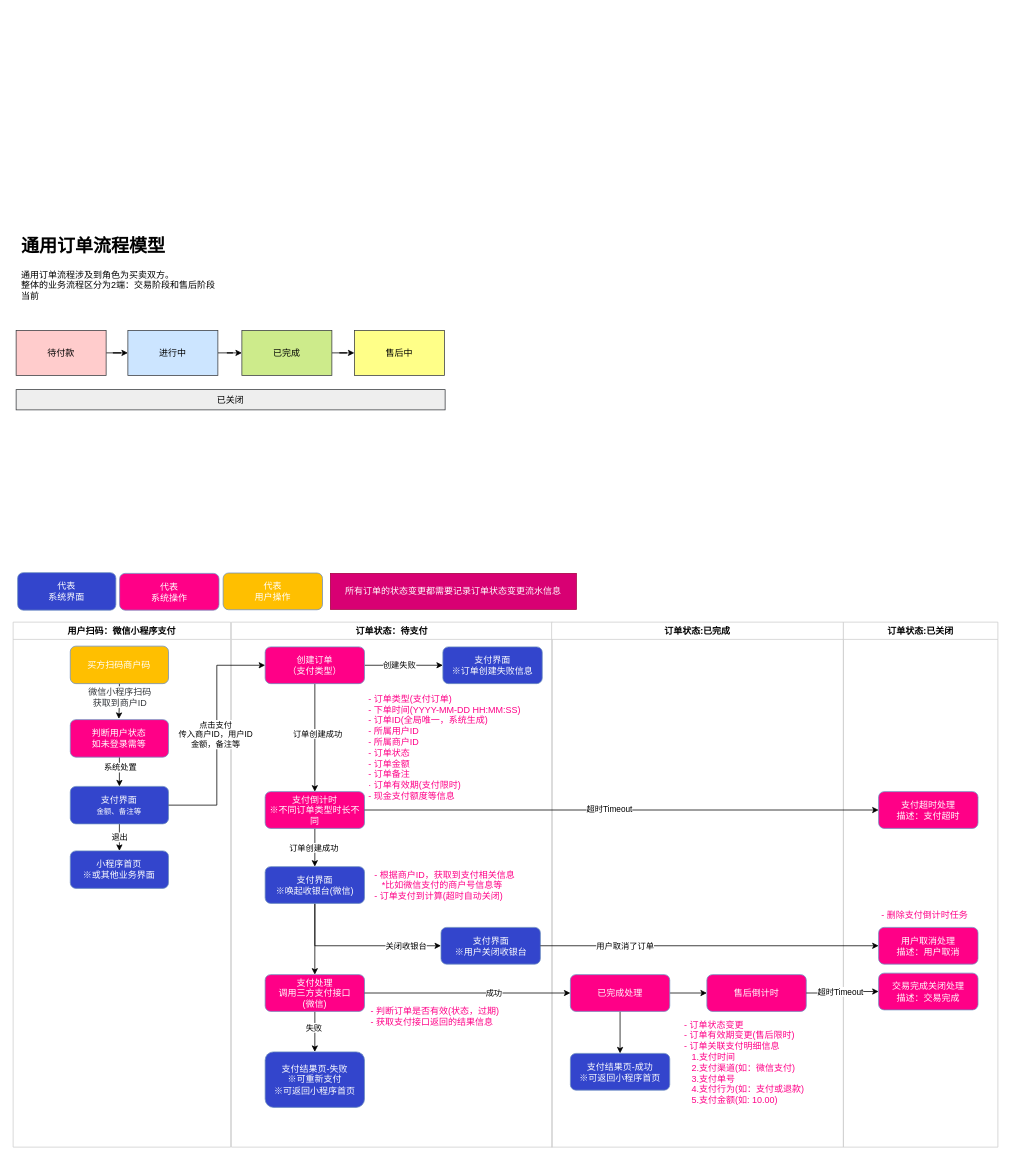
Above: 订单状态.drawio in joestarhu/drowio (draw.io), before the change. Source tidied: cells renumbered, new cells numbered last; positions are measured from the earlier drawing's top-left corner, leaving out a move shared by most shapes. Both pictures are drawn from the tidied source at 75%, with x=0, y=0 at pixel (13, 231).
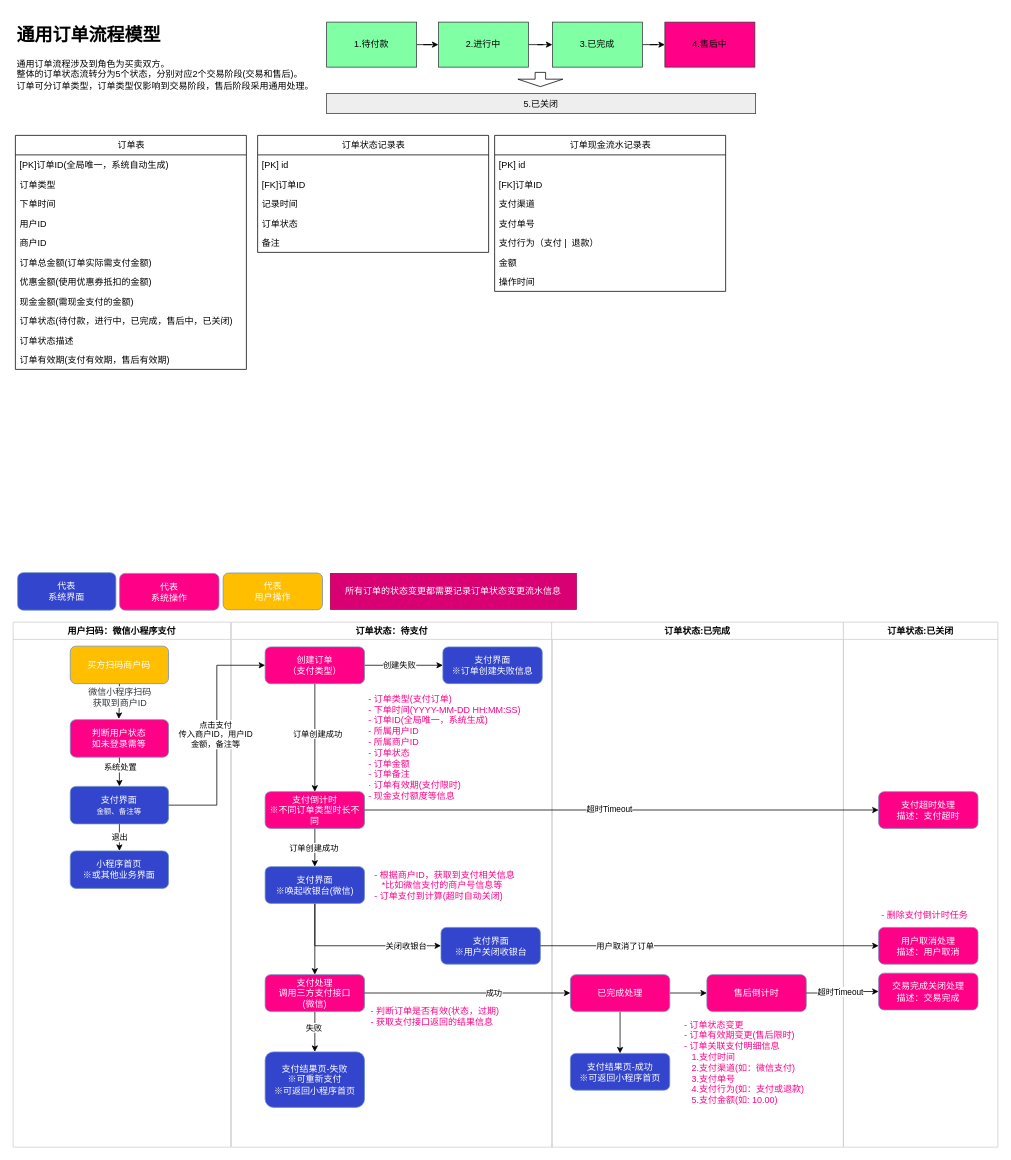
After the change.

Commit message:
更新订单状态.drawio

Diff of the diagram source:
```diff
@@
-    <mxCell id="2" value="&lt;h1&gt;通用订单流程模型&lt;/h1&gt;&lt;div&gt;通用订单流程涉及到角色为买卖双方。&lt;/div&gt;&lt;div&gt;整体的业务流程区分为2端：交易阶段和售后阶段&lt;/div&gt;&lt;div&gt;当前&lt;/div&gt;" style="text;html=1;strokeColor=none;fillColor=none;spacing=5;spacingTop=-20;whiteSpace=wrap;overflow=hidden;rounded=0;" parent="1" vertex="1">
-      <mxGeometry x="6" width="510" height="120" as="geometry" />
+    <mxCell id="2" value="&lt;h1&gt;通用订单流程模型&lt;/h1&gt;&lt;div&gt;通用订单流程涉及到角色为买卖双方。&lt;/div&gt;&lt;div&gt;整体的订单状态流转分为5个状态，分别对应2个交易阶段(交易和售后)。&lt;/div&gt;&lt;div&gt;订单可分订单类型，订单类型仅影响到交易阶段，售后阶段采用通用处理。&lt;/div&gt;" style="text;html=1;strokeColor=none;fillColor=none;spacing=5;spacingTop=-20;whiteSpace=wrap;overflow=hidden;rounded=0;" parent="1" vertex="1">
+      <mxGeometry y="-281" width="414" height="108" as="geometry" />
     </mxCell>
@@
-    <mxCell id="4" value="待付款" style="rounded=0;whiteSpace=wrap;html=1;fillColor=#ffcccc;strokeColor=#36393d;direction=east;" parent="1" vertex="1">
-      <mxGeometry x="4" y="132" width="120" height="60" as="geometry" />
+    <mxCell id="4" value="1.待付款" style="rounded=0;whiteSpace=wrap;html=1;fillColor=#80FFA5;strokeColor=#36393d;direction=east;" parent="1" vertex="1">
+      <mxGeometry x="418" y="-279" width="120" height="60" as="geometry" />
     </mxCell>
@@
-    <mxCell id="6" value="进行中" style="rounded=0;whiteSpace=wrap;html=1;fillColor=#cce5ff;strokeColor=#36393d;direction=east;" parent="1" vertex="1">
-      <mxGeometry x="153" y="132" width="120" height="60" as="geometry" />
+    <mxCell id="6" value="2.进行中" style="rounded=0;whiteSpace=wrap;html=1;fillColor=#80FFA5;strokeColor=#36393d;direction=east;" parent="1" vertex="1">
+      <mxGeometry x="567" y="-279" width="120" height="60" as="geometry" />
     </mxCell>
@@
-    <mxCell id="8" value="已完成" style="rounded=0;whiteSpace=wrap;html=1;fillColor=#cdeb8b;strokeColor=#36393d;direction=east;" parent="1" vertex="1">
-      <mxGeometry x="305" y="132" width="120" height="60" as="geometry" />
+    <mxCell id="8" value="3.已完成" style="rounded=0;whiteSpace=wrap;html=1;fillColor=#80FFA5;strokeColor=#36393d;direction=east;" parent="1" vertex="1">
+      <mxGeometry x="719" y="-279" width="120" height="60" as="geometry" />
     </mxCell>
-    <mxCell id="9" value="售后中" style="rounded=0;whiteSpace=wrap;html=1;fillColor=#ffff88;strokeColor=#36393d;direction=east;" parent="1" vertex="1">
-      <mxGeometry x="455" y="132" width="120" height="60" as="geometry" />
+    <mxCell id="9" value="4.售后中" style="rounded=0;whiteSpace=wrap;html=1;fillColor=#FF0087;strokeColor=#36393d;direction=east;" parent="1" vertex="1">
+      <mxGeometry x="869" y="-279" width="120" height="60" as="geometry" />
     </mxCell>
-    <mxCell id="10" value="已关闭" style="rounded=0;whiteSpace=wrap;html=1;fillColor=#eeeeee;strokeColor=#36393d;direction=east;" parent="1" vertex="1">
-      <mxGeometry x="4" y="211" width="572" height="27" as="geometry" />
+    <mxCell id="10" value="5.已关闭" style="rounded=0;whiteSpace=wrap;html=1;fillColor=#eeeeee;strokeColor=#36393d;direction=east;" parent="1" vertex="1">
+      <mxGeometry x="418" y="-184" width="572" height="27" as="geometry" />
     </mxCell>
@@
+    <mxCell id="70" style="shape=singleArrow;direction=south;whiteSpace=wrap;html=1;arrowWidth=0.23333333333333334;arrowSize=0.5227272727272727;" parent="1" vertex="1">
+      <mxGeometry x="673" y="-212" width="60" height="19" as="geometry" />
+    </mxCell>
+    <mxCell id="71" value="订单表" style="swimlane;fontStyle=0;horizontal=1;startSize=26;fillColor=none;html=1;" parent="1" vertex="1">
+      <mxGeometry x="3" y="-128" width="308" height="312" as="geometry" />
+    </mxCell>
+    <mxCell id="72" value="[PK]订单ID(全局唯一，系统自动生成)" style="text;strokeColor=none;fillColor=none;align=left;verticalAlign=top;spacingLeft=4;spacingRight=4;overflow=hidden;whiteSpace=wrap;html=1;" parent="71" vertex="1">
+      <mxGeometry y="26" width="308" height="26" as="geometry" />
+    </mxCell>
+    <mxCell id="73" value="订单类型" style="text;strokeColor=none;fillColor=none;align=left;verticalAlign=top;spacingLeft=4;spacingRight=4;overflow=hidden;whiteSpace=wrap;html=1;" parent="71" vertex="1">
+      <mxGeometry y="52" width="308" height="26" as="geometry" />
+    </mxCell>
+    <mxCell id="74" value="下单时间" style="text;strokeColor=none;fillColor=none;align=left;verticalAlign=top;spacingLeft=4;spacingRight=4;overflow=hidden;whiteSpace=wrap;html=1;" parent="71" vertex="1">
+      <mxGeometry y="78" width="308" height="26" as="geometry" />
+    </mxCell>
+    <mxCell id="75" value="用户ID" style="text;strokeColor=none;fillColor=none;align=left;verticalAlign=top;spacingLeft=4;spacingRight=4;overflow=hidden;whiteSpace=wrap;html=1;" parent="71" vertex="1">
+      <mxGeometry y="104" width="308" height="26" as="geometry" />
+    </mxCell>
+    <mxCell id="76" value="商户ID" style="text;strokeColor=none;fillColor=none;align=left;verticalAlign=top;spacingLeft=4;spacingRight=4;overflow=hidden;whiteSpace=wrap;html=1;" parent="71" vertex="1">
+      <mxGeometry y="130" width="308" height="26" as="geometry" />
+    </mxCell>
+    <mxCell id="77" value="订单总金额(订单实际需支付金额)" style="text;strokeColor=none;fillColor=none;align=left;verticalAlign=top;spacingLeft=4;spacingRight=4;overflow=hidden;whiteSpace=wrap;html=1;" parent="71" vertex="1">
+      <mxGeometry y="156" width="308" height="26" as="geometry" />
+    </mxCell>
+    <mxCell id="78" value="优惠金额(使用优惠券抵扣的金额)" style="text;strokeColor=none;fillColor=none;align=left;verticalAlign=top;spacingLeft=4;spacingRight=4;overflow=hidden;whiteSpace=wrap;html=1;" parent="71" vertex="1">
+      <mxGeometry y="182" width="308" height="26" as="geometry" />
+    </mxCell>
+    <mxCell id="79" value="现金金额(需现金支付的金额)" style="text;strokeColor=none;fillColor=none;align=left;verticalAlign=top;spacingLeft=4;spacingRight=4;overflow=hidden;whiteSpace=wrap;html=1;" parent="71" vertex="1">
+      <mxGeometry y="208" width="308" height="26" as="geometry" />
+    </mxCell>
+    <mxCell id="80" value="订单状态(待付款，进行中，已完成，售后中，已关闭)" style="text;strokeColor=none;fillColor=none;align=left;verticalAlign=top;spacingLeft=4;spacingRight=4;overflow=hidden;whiteSpace=wrap;html=1;" parent="71" vertex="1">
+      <mxGeometry y="234" width="308" height="26" as="geometry" />
+    </mxCell>
+    <mxCell id="81" value="订单状态描述" style="text;strokeColor=none;fillColor=none;align=left;verticalAlign=top;spacingLeft=4;spacingRight=4;overflow=hidden;whiteSpace=wrap;html=1;" parent="71" vertex="1">
+      <mxGeometry y="260" width="308" height="26" as="geometry" />
+    </mxCell>
+    <mxCell id="82" value="订单有效期(支付有效期，售后有效期)" style="text;strokeColor=none;fillColor=none;align=left;verticalAlign=top;spacingLeft=4;spacingRight=4;overflow=hidden;whiteSpace=wrap;html=1;" parent="71" vertex="1">
+      <mxGeometry y="286" width="308" height="26" as="geometry" />
+    </mxCell>
+    <mxCell id="83" value="订单状态记录表" style="swimlane;fontStyle=0;horizontal=1;startSize=26;fillColor=none;html=1;" parent="1" vertex="1">
+      <mxGeometry x="326" y="-128" width="308" height="156" as="geometry" />
+    </mxCell>
+    <mxCell id="84" value="[PK] id" style="text;strokeColor=none;fillColor=none;align=left;verticalAlign=top;spacingLeft=4;spacingRight=4;overflow=hidden;whiteSpace=wrap;html=1;" parent="83" vertex="1">
+      <mxGeometry y="26" width="308" height="26" as="geometry" />
+    </mxCell>
+    <mxCell id="85" value="[FK]订单ID" style="text;strokeColor=none;fillColor=none;align=left;verticalAlign=top;spacingLeft=4;spacingRight=4;overflow=hidden;whiteSpace=wrap;html=1;" parent="83" vertex="1">
+      <mxGeometry y="52" width="308" height="26" as="geometry" />
+    </mxCell>
+    <mxCell id="86" value="记录时间" style="text;strokeColor=none;fillColor=none;align=left;verticalAlign=top;spacingLeft=4;spacingRight=4;overflow=hidden;whiteSpace=wrap;html=1;" parent="83" vertex="1">
+      <mxGeometry y="78" width="308" height="26" as="geometry" />
+    </mxCell>
+    <mxCell id="87" value="订单状态" style="text;strokeColor=none;fillColor=none;align=left;verticalAlign=top;spacingLeft=4;spacingRight=4;overflow=hidden;whiteSpace=wrap;html=1;" parent="83" vertex="1">
+      <mxGeometry y="104" width="308" height="26" as="geometry" />
+    </mxCell>
+    <mxCell id="88" value="备注" style="text;strokeColor=none;fillColor=none;align=left;verticalAlign=top;spacingLeft=4;spacingRight=4;overflow=hidden;whiteSpace=wrap;html=1;" parent="83" vertex="1">
+      <mxGeometry y="130" width="308" height="26" as="geometry" />
+    </mxCell>
+    <mxCell id="89" value="订单现金流水记录表" style="swimlane;fontStyle=0;horizontal=1;startSize=26;fillColor=none;html=1;" parent="1" vertex="1">
+      <mxGeometry x="642" y="-128" width="308" height="208" as="geometry" />
+    </mxCell>
+    <mxCell id="90" value="[PK] id" style="text;strokeColor=none;fillColor=none;align=left;verticalAlign=top;spacingLeft=4;spacingRight=4;overflow=hidden;whiteSpace=wrap;html=1;" parent="89" vertex="1">
+      <mxGeometry y="26" width="308" height="26" as="geometry" />
+    </mxCell>
+    <mxCell id="91" value="[FK]订单ID" style="text;strokeColor=none;fillColor=none;align=left;verticalAlign=top;spacingLeft=4;spacingRight=4;overflow=hidden;whiteSpace=wrap;html=1;" parent="89" vertex="1">
+      <mxGeometry y="52" width="308" height="26" as="geometry" />
+    </mxCell>
+    <mxCell id="92" value="支付渠道" style="text;strokeColor=none;fillColor=none;align=left;verticalAlign=top;spacingLeft=4;spacingRight=4;overflow=hidden;whiteSpace=wrap;html=1;" parent="89" vertex="1">
+      <mxGeometry y="78" width="308" height="26" as="geometry" />
+    </mxCell>
+    <mxCell id="93" value="支付单号" style="text;strokeColor=none;fillColor=none;align=left;verticalAlign=top;spacingLeft=4;spacingRight=4;overflow=hidden;whiteSpace=wrap;html=1;" parent="89" vertex="1">
+      <mxGeometry y="104" width="308" height="26" as="geometry" />
+    </mxCell>
+    <mxCell id="94" value="支付行为（支付 |&amp;nbsp; 退款）" style="text;strokeColor=none;fillColor=none;align=left;verticalAlign=top;spacingLeft=4;spacingRight=4;overflow=hidden;whiteSpace=wrap;html=1;" parent="89" vertex="1">
+      <mxGeometry y="130" width="308" height="26" as="geometry" />
+    </mxCell>
+    <mxCell id="95" value="金额" style="text;strokeColor=none;fillColor=none;align=left;verticalAlign=top;spacingLeft=4;spacingRight=4;overflow=hidden;whiteSpace=wrap;html=1;" parent="89" vertex="1">
+      <mxGeometry y="156" width="308" height="26" as="geometry" />
+    </mxCell>
+    <mxCell id="96" value="操作时间" style="text;strokeColor=none;fillColor=none;align=left;verticalAlign=top;spacingLeft=4;spacingRight=4;overflow=hidden;whiteSpace=wrap;html=1;" parent="89" vertex="1">
+      <mxGeometry y="182" width="308" height="26" as="geometry" />
+    </mxCell>
```
